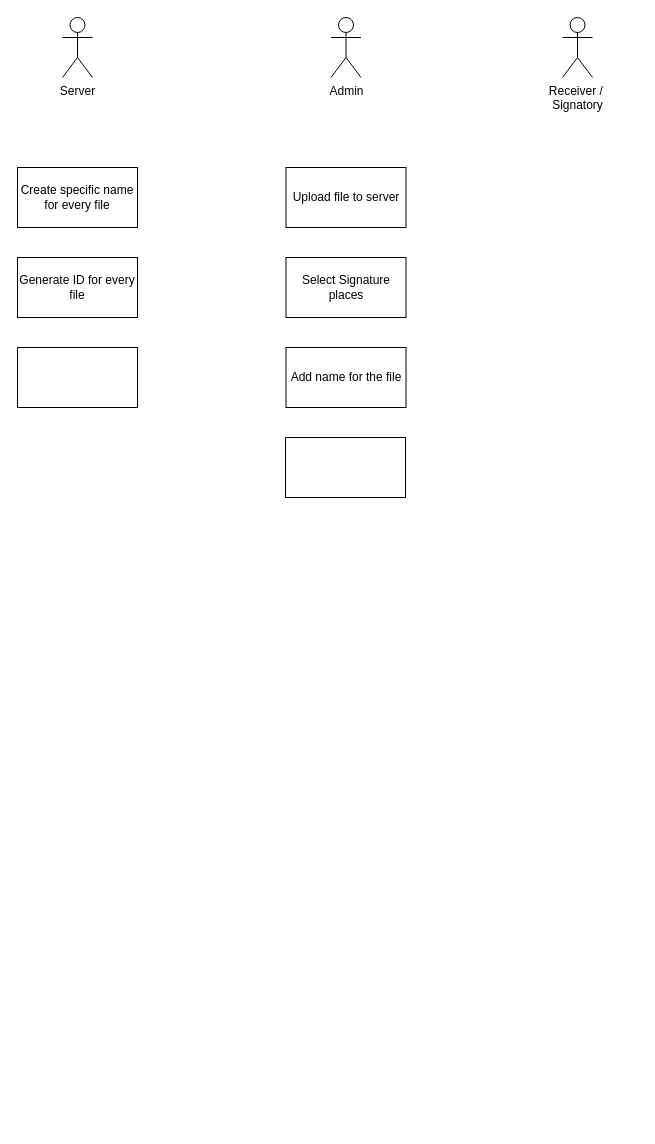
The draw.io diagram page "ConvertTheIdeaToOnlineSide" (7 of 7) of UML Design/main.drawio in ahmadtechnik/signatureSystem, before the edit. Source tidied: cells renumbered, new cells numbered last; positions are measured from the earlier drawing's top-left corner, leaving out a move shared by most shapes. Both pictures are drawn from the tidied source at 100%, with x=0, y=0 at pixel (17, 17).
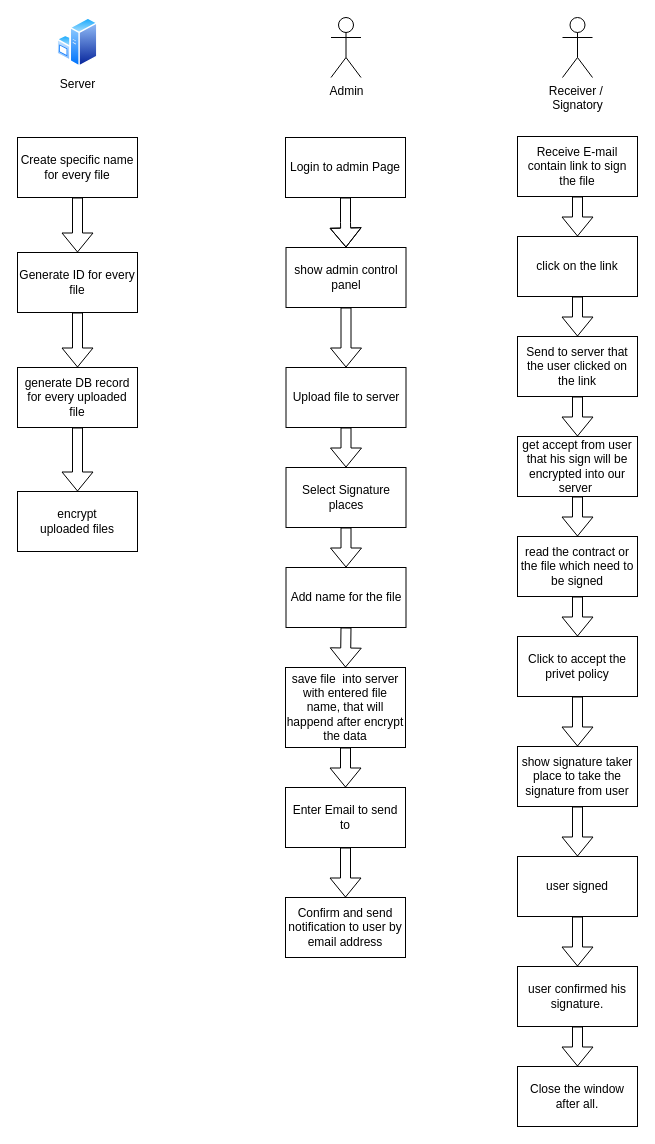
Above is the later version.

Commit message (it also covers changes not shown here):
after fixing some problem

The edit, as a diff of the source:
```diff
@@
     <mxCell id="4" value="Upload file to server" style="rounded=0;whiteSpace=wrap;html=1;flipV=1;flipH=1;" parent="1" vertex="1">
-      <mxGeometry x="268.5" y="150" width="120" height="60" as="geometry" />
+      <mxGeometry x="268.5" y="350" width="120" height="60" as="geometry" />
     </mxCell>
     <mxCell id="5" value="Select Signature places" style="rounded=0;whiteSpace=wrap;html=1;flipV=1;flipH=1;" parent="1" vertex="1">
-      <mxGeometry x="268.5" y="240" width="120" height="60" as="geometry" />
+      <mxGeometry x="268.5" y="450" width="120" height="60" as="geometry" />
     </mxCell>
     <mxCell id="6" value="Add name for the file" style="rounded=0;whiteSpace=wrap;html=1;flipV=1;flipH=1;" parent="1" vertex="1">
-      <mxGeometry x="268.5" y="330" width="120" height="60" as="geometry" />
+      <mxGeometry x="268.5" y="550" width="120" height="60" as="geometry" />
     </mxCell>
+    <mxCell id="12" style="edgeStyle=orthogonalEdgeStyle;shape=flexArrow;rounded=0;jettySize=auto;html=1;exitX=0.5;exitY=1;exitDx=0;exitDy=0;entryX=0.5;entryY=0;entryDx=0;entryDy=0;" parent="1" edge="1" source="8" target="9">
+      <mxGeometry relative="1" as="geometry" />
+    </mxCell>
+    <mxCell id="8" value="Create specific name for every file" style="rounded=0;whiteSpace=wrap;html=1;" parent="1" vertex="1">
+      <mxGeometry y="120" width="120" height="60" as="geometry" />
+    </mxCell>
+    <mxCell id="13" style="edgeStyle=orthogonalEdgeStyle;shape=flexArrow;rounded=0;jettySize=auto;html=1;exitX=0.5;exitY=1;exitDx=0;exitDy=0;entryX=0.5;entryY=0;entryDx=0;entryDy=0;" parent="1" edge="1" source="9" target="11">
+      <mxGeometry relative="1" as="geometry" />
+    </mxCell>
+    <mxCell id="9" value="Generate ID for every file" style="rounded=0;whiteSpace=wrap;html=1;flipV=1;flipH=1;" parent="1" vertex="1">
+      <mxGeometry y="235" width="120" height="60" as="geometry" />
+    </mxCell>
+    <mxCell id="14" style="edgeStyle=orthogonalEdgeStyle;shape=flexArrow;rounded=0;jettySize=auto;html=1;exitX=0.5;exitY=1;exitDx=0;exitDy=0;entryX=0.5;entryY=0;entryDx=0;entryDy=0;" parent="1" edge="1" source="10" target="43">
+      <mxGeometry relative="1" as="geometry" />
+    </mxCell>
+    <mxCell id="10" value="save file&amp;nbsp; into server with entered file name, that will happend after encrypt the data" style="rounded=0;whiteSpace=wrap;html=1;" parent="1" vertex="1">
+      <mxGeometry x="268" y="650" width="120" height="80" as="geometry" />
+    </mxCell>
+    <mxCell id="15" style="edgeStyle=orthogonalEdgeStyle;shape=flexArrow;rounded=0;jettySize=auto;html=1;exitX=0.5;exitY=1;exitDx=0;exitDy=0;entryX=0.5;entryY=0;entryDx=0;entryDy=0;" parent="1" edge="1" source="11" target="45">
+      <mxGeometry relative="1" as="geometry" />
+    </mxCell>
+    <mxCell id="11" value="generate DB record for every uploaded file" style="rounded=0;whiteSpace=wrap;html=1;" parent="1" vertex="1">
+      <mxGeometry y="350" width="120" height="60" as="geometry" />
+    </mxCell>
+    <mxCell id="16" style="shape=flexArrow;endArrow=classic;html=1;exitX=0.5;exitY=1;exitDx=0;exitDy=0;" parent="1" edge="1" source="4" target="5">
+      <mxGeometry relative="1" as="geometry" />
+    </mxCell>
+    <mxCell id="17" style="shape=flexArrow;endArrow=classic;html=1;exitX=0.5;exitY=1;exitDx=0;exitDy=0;entryX=0.5;entryY=0;entryDx=0;entryDy=0;" parent="1" edge="1" source="5" target="6">
+      <mxGeometry relative="1" as="geometry" />
+    </mxCell>
+    <mxCell id="18" style="shape=flexArrow;endArrow=classic;html=1;exitX=0.5;exitY=1;exitDx=0;exitDy=0;entryX=0.5;entryY=0;entryDx=0;entryDy=0;" parent="1" edge="1" source="6" target="10">
+      <mxGeometry relative="1" as="geometry" />
+    </mxCell>
+    <mxCell id="19" style="edgeStyle=orthogonalEdgeStyle;rounded=0;jettySize=auto;html=1;exitX=0.5;exitY=1;exitDx=0;exitDy=0;entryX=0.5;entryY=0;entryDx=0;entryDy=0;shape=flexArrow;" parent="1" edge="1" source="20" target="22">
+      <mxGeometry relative="1" as="geometry" />
+    </mxCell>
+    <mxCell id="20" value="Receive E-mail contain link to sign the file" style="rounded=0;whiteSpace=wrap;html=1;" parent="1" vertex="1">
+      <mxGeometry x="500" y="119" width="120" height="60" as="geometry" />
+    </mxCell>
+    <mxCell id="21" style="edgeStyle=orthogonalEdgeStyle;rounded=0;jettySize=auto;html=1;exitX=0.5;exitY=1;exitDx=0;exitDy=0;shape=flexArrow;" parent="1" edge="1" source="22" target="24">
+      <mxGeometry relative="1" as="geometry" />
+    </mxCell>
+    <mxCell id="22" value="click on the link" style="rounded=0;whiteSpace=wrap;html=1;" parent="1" vertex="1">
+      <mxGeometry x="500" y="219" width="120" height="60" as="geometry" />
+    </mxCell>
+    <mxCell id="23" style="edgeStyle=orthogonalEdgeStyle;rounded=0;jettySize=auto;html=1;exitX=0.5;exitY=1;exitDx=0;exitDy=0;entryX=0.5;entryY=0;entryDx=0;entryDy=0;shape=flexArrow;" parent="1" edge="1" source="24" target="26">
+      <mxGeometry relative="1" as="geometry" />
+    </mxCell>
+    <mxCell id="24" value="Send to server that the user clicked on the link" style="rounded=0;whiteSpace=wrap;html=1;" parent="1" vertex="1">
+      <mxGeometry x="500" y="319" width="120" height="60" as="geometry" />
+    </mxCell>
+    <mxCell id="25" style="edgeStyle=orthogonalEdgeStyle;rounded=0;jettySize=auto;html=1;exitX=0.5;exitY=1;exitDx=0;exitDy=0;entryX=0.5;entryY=0;entryDx=0;entryDy=0;shape=flexArrow;" parent="1" edge="1" source="26" target="28">
+      <mxGeometry relative="1" as="geometry" />
+    </mxCell>
+    <mxCell id="26" value="get accept from user that his sign will be encrypted into our server&amp;nbsp;" style="rounded=0;whiteSpace=wrap;html=1;" parent="1" vertex="1">
+      <mxGeometry x="500" y="419" width="120" height="60" as="geometry" />
+    </mxCell>
+    <mxCell id="27" style="edgeStyle=orthogonalEdgeStyle;rounded=0;jettySize=auto;html=1;exitX=0.5;exitY=1;exitDx=0;exitDy=0;shape=flexArrow;" parent="1" edge="1" source="28" target="30">
+      <mxGeometry relative="1" as="geometry" />
+    </mxCell>
+    <mxCell id="28" value="read the contract or the file which need to be signed" style="rounded=0;whiteSpace=wrap;html=1;" parent="1" vertex="1">
+      <mxGeometry x="500" y="519" width="120" height="60" as="geometry" />
+    </mxCell>
+    <mxCell id="29" style="edgeStyle=orthogonalEdgeStyle;rounded=0;jettySize=auto;html=1;exitX=0.5;exitY=1;exitDx=0;exitDy=0;shape=flexArrow;" parent="1" edge="1" source="30" target="32">
+      <mxGeometry relative="1" as="geometry" />
+    </mxCell>
+    <mxCell id="30" value="Click to accept the privet policy" style="rounded=0;whiteSpace=wrap;html=1;" parent="1" vertex="1">
+      <mxGeometry x="500" y="619" width="120" height="60" as="geometry" />
+    </mxCell>
+    <mxCell id="31" style="edgeStyle=orthogonalEdgeStyle;rounded=0;jettySize=auto;html=1;exitX=0.5;exitY=1;exitDx=0;exitDy=0;shape=flexArrow;" parent="1" edge="1" source="32" target="34">
+      <mxGeometry relative="1" as="geometry" />
+    </mxCell>
+    <mxCell id="32" value="show signature taker place to take the signature from user" style="rounded=0;whiteSpace=wrap;html=1;" parent="1" vertex="1">
+      <mxGeometry x="500" y="729" width="120" height="60" as="geometry" />
+    </mxCell>
+    <mxCell id="33" style="edgeStyle=orthogonalEdgeStyle;rounded=0;jettySize=auto;html=1;exitX=0.5;exitY=1;exitDx=0;exitDy=0;shape=flexArrow;" parent="1" edge="1" source="34" target="36">
+      <mxGeometry relative="1" as="geometry" />
+    </mxCell>
+    <mxCell id="34" value="user signed" style="rounded=0;whiteSpace=wrap;html=1;" parent="1" vertex="1">
+      <mxGeometry x="500" y="839" width="120" height="60" as="geometry" />
+    </mxCell>
+    <mxCell id="35" style="edgeStyle=orthogonalEdgeStyle;rounded=0;jettySize=auto;html=1;exitX=0.5;exitY=1;exitDx=0;exitDy=0;shape=flexArrow;" parent="1" edge="1" source="36" target="37">
+      <mxGeometry relative="1" as="geometry" />
+    </mxCell>
+    <mxCell id="36" value="user confirmed his signature." style="rounded=0;whiteSpace=wrap;html=1;" parent="1" vertex="1">
+      <mxGeometry x="500" y="949" width="120" height="60" as="geometry" />
+    </mxCell>
+    <mxCell id="37" value="Close the window after all." style="rounded=0;whiteSpace=wrap;html=1;" parent="1" vertex="1">
+      <mxGeometry x="500" y="1049" width="120" height="60" as="geometry" />
+    </mxCell>
-    <mxCell id="7" value="Server" style="shape=umlActor;verticalLabelPosition=bottom;labelBackgroundColor=#ffffff;verticalAlign=top;html=1;" parent="1" vertex="1">
-      <mxGeometry x="45" width="30" height="60" as="geometry" />
+    <mxCell id="7" value="Server" style="perimeter=ellipsePerimeter;html=1;align=center;shadow=0;dashed=0;spacingTop=3;image;image=img/lib/active_directory/windows_server.svg;" parent="1" vertex="1">
+      <mxGeometry x="39.5" width="41" height="50" as="geometry" />
     </mxCell>
-    <mxCell id="8" value="Create specific name for every file" style="rounded=0;whiteSpace=wrap;html=1;" parent="1" vertex="1">
-      <mxGeometry y="150" width="120" height="60" as="geometry" />
-    </mxCell>
-    <mxCell id="9" value="Generate ID for every file" style="rounded=0;whiteSpace=wrap;html=1;flipV=1;flipH=1;" parent="1" vertex="1">
-      <mxGeometry y="240" width="120" height="60" as="geometry" />
-    </mxCell>
-    <mxCell id="10" style="rounded=0;whiteSpace=wrap;html=1;" parent="1" vertex="1">
-      <mxGeometry x="268" y="420" width="120" height="60" as="geometry" />
-    </mxCell>
-    <mxCell id="11" style="rounded=0;whiteSpace=wrap;html=1;" parent="1" vertex="1">
-      <mxGeometry y="330" width="120" height="60" as="geometry" />
-    </mxCell>
+    <mxCell id="38" style="edgeStyle=orthogonalEdgeStyle;shape=flexArrow;rounded=0;jettySize=auto;html=1;exitX=0.5;exitY=1;exitDx=0;exitDy=0;entryX=0.5;entryY=0;entryDx=0;entryDy=0;" parent="1" edge="1" source="39" target="41">
+      <mxGeometry relative="1" as="geometry" />
+    </mxCell>
+    <mxCell id="39" value="Login to admin Page" style="rounded=0;whiteSpace=wrap;html=1;" parent="1" vertex="1">
+      <mxGeometry x="268" y="120" width="120" height="60" as="geometry" />
+    </mxCell>
+    <mxCell id="40" style="edgeStyle=orthogonalEdgeStyle;shape=flexArrow;rounded=0;jettySize=auto;html=1;exitX=0.5;exitY=1;exitDx=0;exitDy=0;entryX=0.5;entryY=0;entryDx=0;entryDy=0;" parent="1" edge="1" source="41" target="4">
+      <mxGeometry relative="1" as="geometry" />
+    </mxCell>
+    <mxCell id="41" value="show admin control panel" style="rounded=0;whiteSpace=wrap;html=1;" parent="1" vertex="1">
+      <mxGeometry x="268.5" y="230" width="120" height="60" as="geometry" />
+    </mxCell>
+    <mxCell id="42" style="edgeStyle=orthogonalEdgeStyle;shape=flexArrow;rounded=0;jettySize=auto;html=1;exitX=0.5;exitY=1;exitDx=0;exitDy=0;" parent="1" edge="1" source="43" target="44">
+      <mxGeometry relative="1" as="geometry" />
+    </mxCell>
+    <mxCell id="43" value="Enter Email to send to" style="rounded=0;whiteSpace=wrap;html=1;" parent="1" vertex="1">
+      <mxGeometry x="268" y="770" width="120" height="60" as="geometry" />
+    </mxCell>
+    <mxCell id="44" value="Confirm and send notification to user by email address" style="rounded=0;whiteSpace=wrap;html=1;" parent="1" vertex="1">
+      <mxGeometry x="268" y="880" width="120" height="60" as="geometry" />
+    </mxCell>
+    <mxCell id="45" value="encrypt&lt;br&gt;uploaded files" style="rounded=0;whiteSpace=wrap;html=1;" parent="1" vertex="1">
+      <mxGeometry y="474" width="120" height="60" as="geometry" />
+    </mxCell>
```
